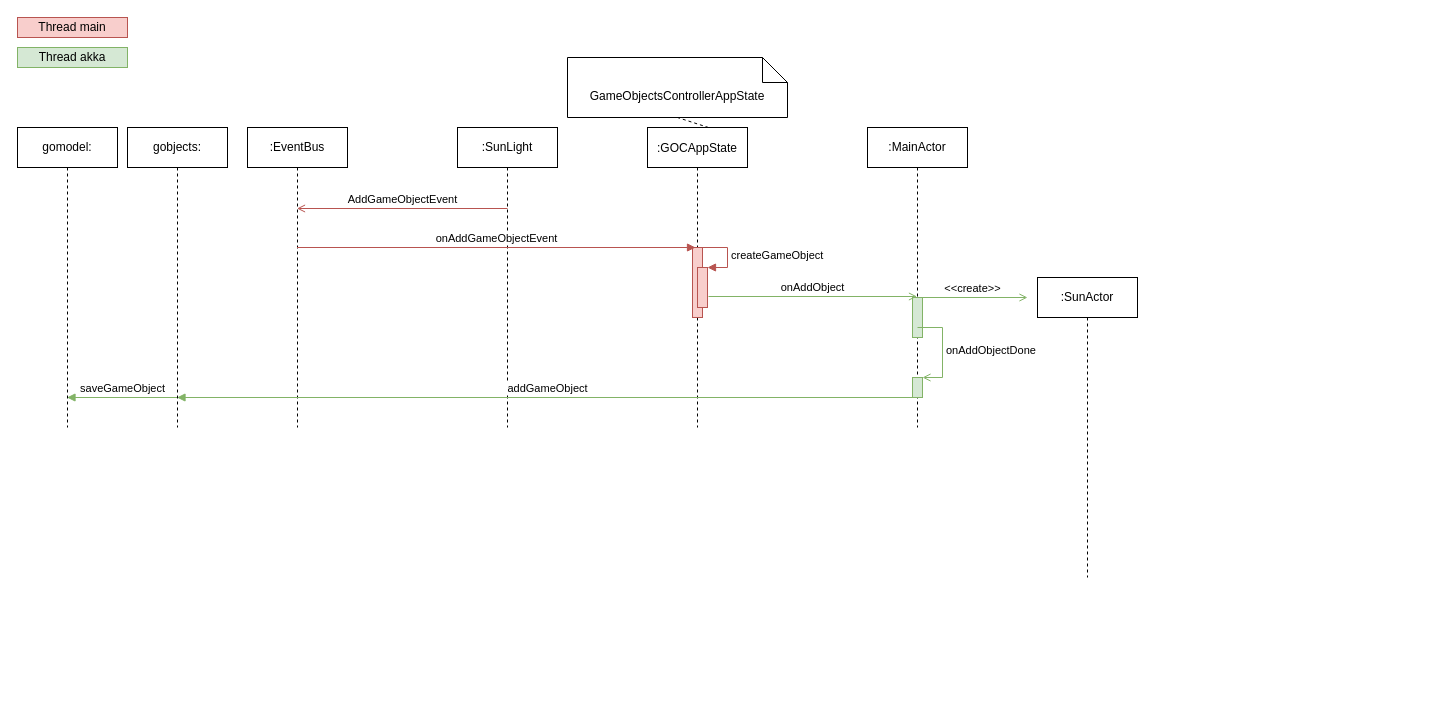
The draw.io diagram uml/AddGameObject-Sun-Sequence.drawio in devent/dwarf-hustle-design, before the edit. Source tidied: cells renumbered, new cells numbered last; positions are measured from the earlier drawing's top-left corner, leaving out a move shared by most shapes. Both pictures are drawn from the tidied source at 100%, with x=0, y=0 at pixel (17, 17).
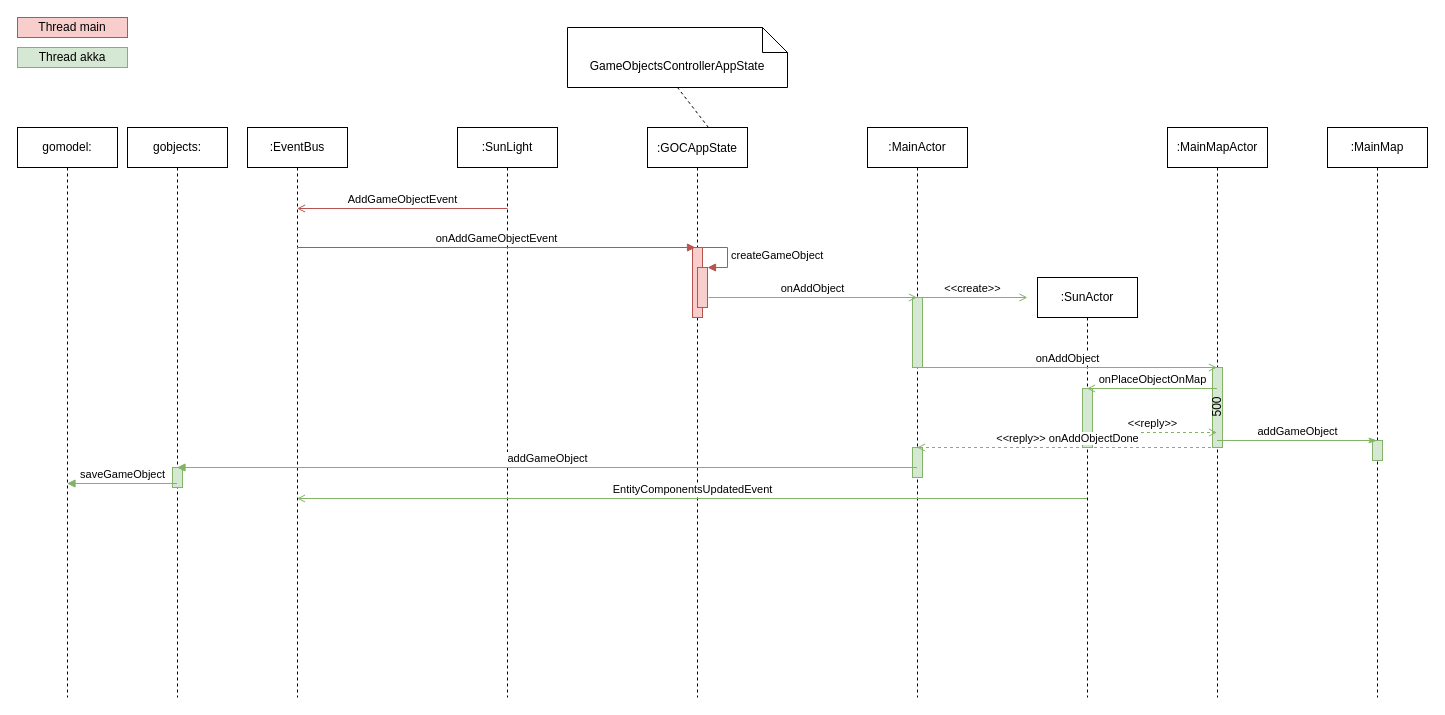
The same page after the edit.

Unchanged cells that the change refers to:
```xml
<mxCell id="10" style="html=1;points=[];perimeter=orthogonalPerimeter;fillColor=#f8cecc;strokeColor=#b85450;" parent="1" vertex="1">
  <mxGeometry x="680" y="250" width="10" height="40" as="geometry" />
</mxCell>
```

The edit, as a diff of the source:
```diff
@@
     <mxCell id="2" value=":SunLight" style="shape=umlLifeline;perimeter=lifelinePerimeter;whiteSpace=wrap;html=1;" parent="1" vertex="1">
-      <mxGeometry x="440" y="110" width="100" height="300" as="geometry" />
+      <mxGeometry x="440" y="110" width="100" height="570" as="geometry" />
     </mxCell>
     <mxCell id="3" value=":EventBus" style="shape=umlLifeline;perimeter=lifelinePerimeter;whiteSpace=wrap;html=1;" parent="1" vertex="1">
-      <mxGeometry x="230" y="110" width="100" height="300" as="geometry" />
+      <mxGeometry x="230" y="110" width="100" height="570" as="geometry" />
     </mxCell>
@@
     <mxCell id="5" value=":GOCAppState" style="shape=umlLifeline;perimeter=lifelinePerimeter;rounded=0;shadow=0;strokeWidth=1;" parent="1" vertex="1">
-      <mxGeometry x="630" y="110" width="100" height="300" as="geometry" />
+      <mxGeometry x="630" y="110" width="100" height="570" as="geometry" />
     </mxCell>
@@
     <mxCell id="7" value="GameObjectsControllerAppState" style="shape=note2;boundedLbl=1;whiteSpace=wrap;html=1;size=25;verticalAlign=top;align=center;" parent="1" vertex="1">
-      <mxGeometry x="550" y="40" width="220" height="60" as="geometry" />
+      <mxGeometry x="550" y="10" width="220" height="60" as="geometry" />
     </mxCell>
@@
     <mxCell id="12" value=":MainActor" style="shape=umlLifeline;perimeter=lifelinePerimeter;whiteSpace=wrap;html=1;outlineConnect=0;" parent="1" vertex="1">
-      <mxGeometry x="850" y="110" width="100" height="300" as="geometry" />
+      <mxGeometry x="850" y="110" width="100" height="570" as="geometry" />
     </mxCell>
     <mxCell id="13" style="html=1;perimeter=orthogonalPerimeter;fillColor=#d5e8d4;strokeColor=#82b366;" parent="12" vertex="1">
-      <mxGeometry x="45" y="170" width="10" height="40" as="geometry" />
+      <mxGeometry x="45" y="170" width="10" height="70" as="geometry" />
     </mxCell>
-    <mxCell id="14" style="html=1;points=[];perimeter=orthogonalPerimeter;fillColor=#d5e8d4;strokeColor=#82b366;" parent="12" vertex="1">
-      <mxGeometry x="45" y="250" width="10" height="20" as="geometry" />
-    </mxCell>
-    <mxCell id="15" value="onAddObjectDone" style="edgeStyle=orthogonalEdgeStyle;html=1;align=left;spacingLeft=2;endArrow=open;rounded=0;entryX=1;entryY=0;endFill=0;fillColor=#d5e8d4;strokeColor=#82b366;" parent="12" edge="1" target="14">
-      <mxGeometry relative="1" as="geometry">
-        <mxPoint x="50" y="200" as="sourcePoint" />
-        <Array as="points">
-          <mxPoint x="75" y="200" />
-          <mxPoint x="75" y="250" />
-        </Array>
-      </mxGeometry>
-    </mxCell>
+    <mxCell id="25" style="html=1;perimeter=orthogonalPerimeter;fillColor=#d5e8d4;strokeColor=#82b366;" parent="12" vertex="1">
+      <mxGeometry x="45" y="320" width="10" height="30" as="geometry" />
+    </mxCell>
-    <mxCell id="16" value="onAddObject" style="html=1;verticalAlign=bottom;endArrow=open;exitX=1.1;exitY=0.725;exitDx=0;exitDy=0;exitPerimeter=0;endFill=0;fillColor=#d5e8d4;strokeColor=#82b366;" parent="1" edge="1" source="10" target="12">
-      <mxGeometry relative="1" as="geometry" />
+    <mxCell id="16" value="onAddObject" style="html=1;verticalAlign=bottom;endArrow=open;exitX=1.1;exitY=0.725;exitDx=0;exitDy=0;exitPerimeter=0;endFill=0;fillColor=#d5e8d4;strokeColor=#82b366;" parent="1" edge="1">
+      <mxGeometry relative="1" as="geometry">
+        <mxPoint x="691" y="280" as="sourcePoint" />
+        <mxPoint x="899.5" y="280" as="targetPoint" />
+      </mxGeometry>
     </mxCell>
     <mxCell id="17" value=":SunActor" style="shape=umlLifeline;perimeter=lifelinePerimeter;whiteSpace=wrap;html=1;" parent="1" vertex="1">
-      <mxGeometry x="1020" y="260" width="100" height="300" as="geometry" />
+      <mxGeometry x="1020" y="260" width="100" height="420" as="geometry" />
     </mxCell>
+    <mxCell id="26" style="html=1;perimeter=orthogonalPerimeter;fillColor=#d5e8d4;strokeColor=#82b366;" parent="17" vertex="1">
+      <mxGeometry x="45" y="111" width="10" height="59" as="geometry" />
+    </mxCell>
@@
     <mxCell id="19" value="gobjects:" style="shape=umlLifeline;perimeter=lifelinePerimeter;whiteSpace=wrap;html=1;" parent="1" vertex="1">
-      <mxGeometry x="110" y="110" width="100" height="300" as="geometry" />
+      <mxGeometry x="110" y="110" width="100" height="570" as="geometry" />
     </mxCell>
+    <mxCell id="27" style="html=1;perimeter=orthogonalPerimeter;fillColor=#d5e8d4;strokeColor=#82b366;" parent="19" vertex="1">
+      <mxGeometry x="45" y="340" width="10" height="20" as="geometry" />
+    </mxCell>
     <mxCell id="20" value="addGameObject" style="html=1;verticalAlign=bottom;endArrow=block;fillColor=#d5e8d4;strokeColor=#82b366;" parent="1" edge="1">
       <mxGeometry relative="1" as="geometry">
-        <mxPoint x="899.5" y="380" as="sourcePoint" />
-        <mxPoint x="159.5" y="380" as="targetPoint" />
+        <mxPoint x="899.5" y="450" as="sourcePoint" />
+        <mxPoint x="159.5" y="450" as="targetPoint" />
       </mxGeometry>
     </mxCell>
@@
     <mxCell id="23" value="gomodel:" style="shape=umlLifeline;perimeter=lifelinePerimeter;whiteSpace=wrap;html=1;" parent="1" vertex="1">
-      <mxGeometry y="110" width="100" height="300" as="geometry" />
+      <mxGeometry y="110" width="100" height="570" as="geometry" />
     </mxCell>
     <mxCell id="24" value="saveGameObject" style="html=1;verticalAlign=bottom;endArrow=block;fillColor=#d5e8d4;strokeColor=#82b366;" parent="1" edge="1">
       <mxGeometry relative="1" as="geometry">
-        <mxPoint x="159.5" y="380" as="sourcePoint" />
-        <mxPoint x="49.5" y="380" as="targetPoint" />
+        <mxPoint x="159.5" y="466" as="sourcePoint" />
+        <mxPoint x="49.5" y="466" as="targetPoint" />
       </mxGeometry>
     </mxCell>
+    <mxCell id="28" value=":MainMapActor" style="shape=umlLifeline;perimeter=lifelinePerimeter;whiteSpace=wrap;html=1;" parent="1" vertex="1">
+      <mxGeometry x="1150" y="110" width="100" height="570" as="geometry" />
+    </mxCell>
+    <mxCell id="29" value="500" style="html=1;perimeter=orthogonalPerimeter;fillColor=#d5e8d4;strokeColor=#82b366;horizontal=0;" parent="28" vertex="1">
+      <mxGeometry x="45" y="240" width="10" height="80" as="geometry" />
+    </mxCell>
+    <mxCell id="30" value="onAddObject" style="html=1;verticalAlign=bottom;endArrow=open;endFill=0;fillColor=#d5e8d4;strokeColor=#82b366;" parent="1" edge="1">
+      <mxGeometry relative="1" as="geometry">
+        <mxPoint x="899.5" y="350" as="sourcePoint" />
+        <mxPoint x="1199.5" y="350" as="targetPoint" />
+      </mxGeometry>
+    </mxCell>
+    <mxCell id="31" value="onPlaceObjectOnMap" style="html=1;verticalAlign=bottom;endArrow=open;endFill=0;fillColor=#d5e8d4;strokeColor=#82b366;" parent="1" edge="1">
+      <mxGeometry relative="1" as="geometry">
+        <mxPoint x="1199.5" y="371" as="sourcePoint" />
+        <mxPoint x="1069.5" y="371" as="targetPoint" />
+      </mxGeometry>
+    </mxCell>
+    <mxCell id="32" value="EntityComponentsUpdatedEvent" style="html=1;verticalAlign=bottom;endArrow=open;endFill=0;fillColor=#d5e8d4;strokeColor=#82b366;" parent="1" edge="1">
+      <mxGeometry relative="1" as="geometry">
+        <mxPoint x="1069.5" y="481" as="sourcePoint" />
+        <mxPoint x="279.5" y="481" as="targetPoint" />
+      </mxGeometry>
+    </mxCell>
+    <mxCell id="33" value="&amp;lt;&amp;lt;reply&amp;gt;&amp;gt;" style="html=1;verticalAlign=bottom;endArrow=open;endFill=0;fillColor=#d5e8d4;strokeColor=#82b366;dashed=1;" parent="1" edge="1">
+      <mxGeometry relative="1" as="geometry">
+        <mxPoint x="1069.5" y="415" as="sourcePoint" />
+        <mxPoint x="1199.5" y="415" as="targetPoint" />
+      </mxGeometry>
+    </mxCell>
+    <mxCell id="34" value="&amp;lt;&amp;lt;reply&amp;gt;&amp;gt; onAddObjectDone" style="html=1;verticalAlign=bottom;endArrow=open;endFill=0;fillColor=#d5e8d4;strokeColor=#82b366;dashed=1;" parent="1" edge="1">
+      <mxGeometry relative="1" as="geometry">
+        <mxPoint x="1199.5" y="430" as="sourcePoint" />
+        <mxPoint x="899.5" y="430" as="targetPoint" />
+      </mxGeometry>
+    </mxCell>
+    <mxCell id="35" value=":MainMap" style="shape=umlLifeline;perimeter=lifelinePerimeter;whiteSpace=wrap;html=1;" parent="1" vertex="1">
+      <mxGeometry x="1310" y="110" width="100" height="570" as="geometry" />
+    </mxCell>
+    <mxCell id="36" style="html=1;perimeter=orthogonalPerimeter;fillColor=#d5e8d4;strokeColor=#82b366;horizontal=0;" parent="35" vertex="1">
+      <mxGeometry x="45" y="313" width="10" height="20" as="geometry" />
+    </mxCell>
+    <mxCell id="37" value="addGameObject" style="html=1;verticalAlign=bottom;endArrow=classicThin;endFill=1;fillColor=#d5e8d4;strokeColor=#82b366;" parent="1" edge="1">
+      <mxGeometry relative="1" as="geometry">
+        <mxPoint x="1199.5" y="423" as="sourcePoint" />
+        <mxPoint x="1359.5" y="423" as="targetPoint" />
+      </mxGeometry>
+    </mxCell>
```
